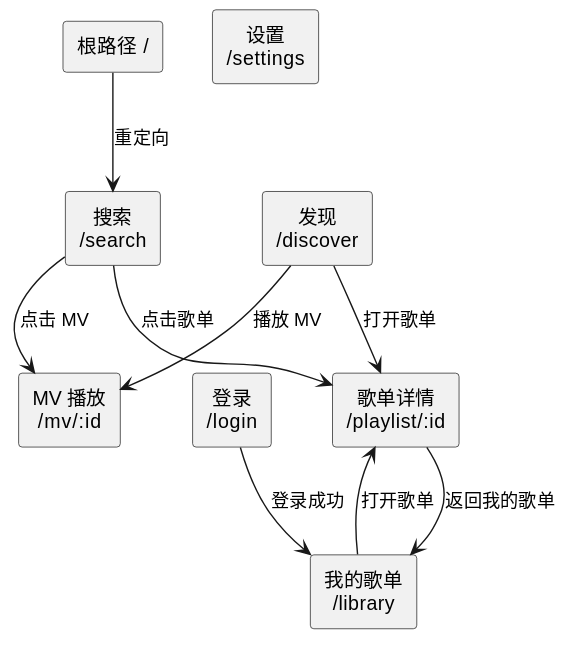
The PlantUML diagram diagram/page-url-architecture.svg in 54m43lJ/LycheePlayer, before a commit.
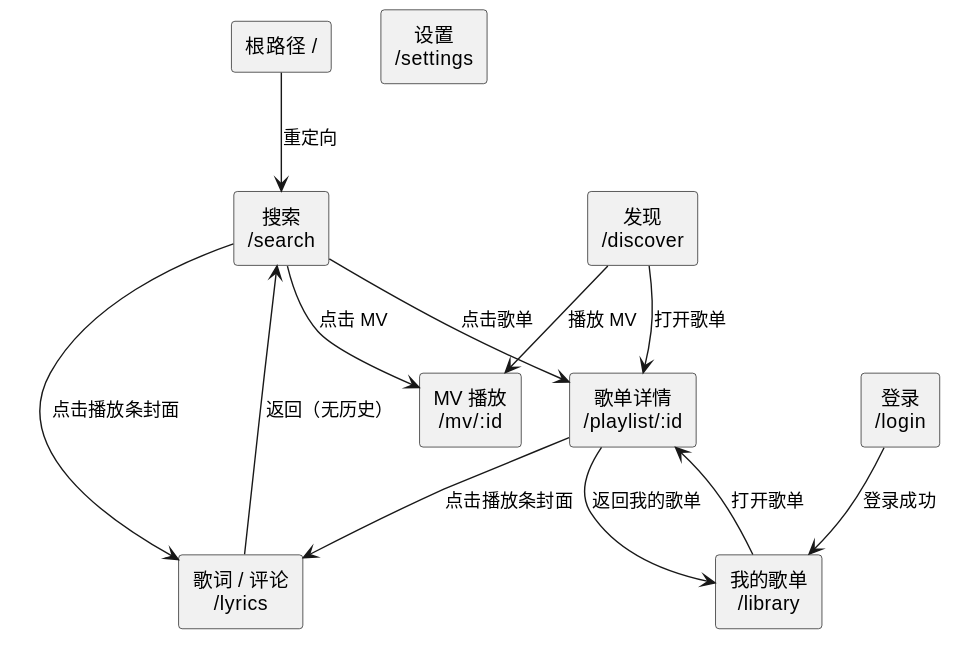
The same diagram one commit later.

The edit, as a diff of the source:
```diff
@@ -9,15 +9,19 @@
 [我的歌单\n/library] as LIBRARY
 [歌单详情\n/playlist/:id] as PLAYLIST
 [MV 播放\n/mv/:id] as MV
+[歌词 / 评论\n/lyrics] as LYRICS
 [登录\n/login] as LOGIN
 [设置\n/settings] as SETTINGS
 
 ROOT --> SEARCH : 重定向
 SEARCH --> PLAYLIST : 点击歌单
 SEARCH --> MV : 点击 MV
+SEARCH --> LYRICS : 点击播放条封面
 DISCOVER --> PLAYLIST : 打开歌单
 DISCOVER --> MV : 播放 MV
 LIBRARY --> PLAYLIST : 打开歌单
+PLAYLIST --> LYRICS : 点击播放条封面
 PLAYLIST --> LIBRARY : 返回我的歌单
 LOGIN --> LIBRARY : 登录成功
+LYRICS --> SEARCH : 返回（无历史）
 @enduml
```
